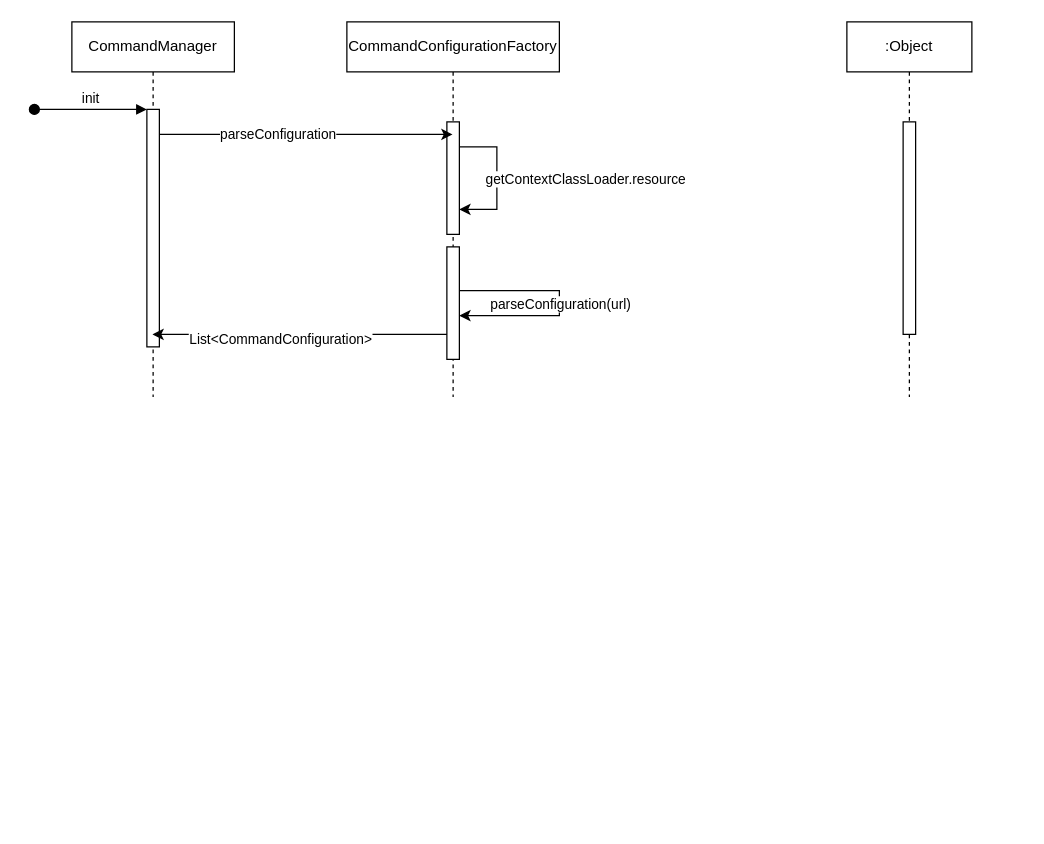
RR9-cn/DrawFile keeps this draw.io diagram as J-im流程图/配置加载流程.drawio. Above is the earlier version. Source tidied: cells renumbered, new cells numbered last; positions are measured from the earlier drawing's top-left corner, leaving out a move shared by most shapes. Both pictures are drawn from the tidied source at 125%, with x=0, y=0 at pixel (34, 21).
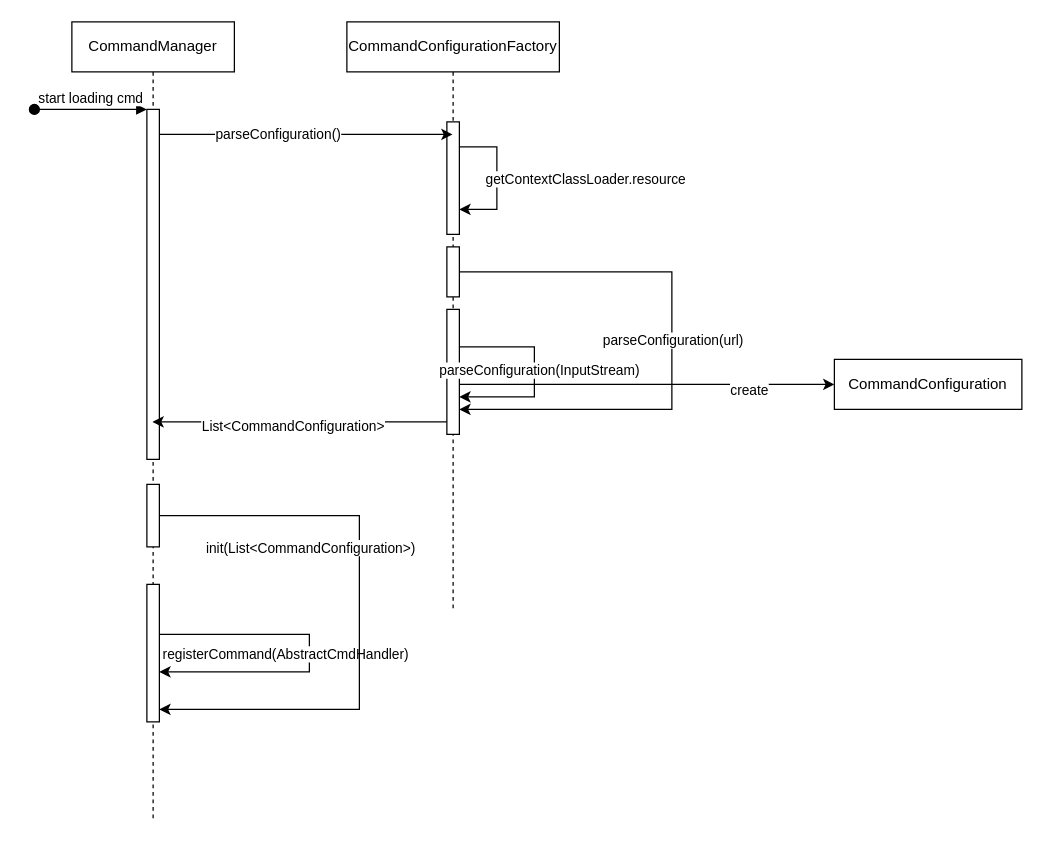
The same diagram, later.

Commit message (it also covers changes not shown here):
更新配置加载流程.drawio

The change refers to these unchanged cells:
```xml
<mxCell id="16" style="edgeStyle=elbowEdgeStyle;rounded=0;jettySize=auto;html=1;elbow=vertical;curved=0;" parent="1" edge="1" source="3" target="7">
  <mxGeometry relative="1" as="geometry">
    <Array as="points">
      <mxPoint x="210" y="90" />
    </Array>
  </mxGeometry>
</mxCell>
```

Change to the diagram source:
```diff
@@
     <mxCell id="2" value="CommandManager" style="shape=umlLifeline;perimeter=lifelinePerimeter;whiteSpace=wrap;html=1;outlineConnect=0;portConstraint=eastwest;newEdgeStyle={&quot;edgeStyle&quot;:&quot;elbowEdgeStyle&quot;,&quot;elbow&quot;:&quot;vertical&quot;,&quot;curved&quot;:0,&quot;rounded&quot;:0};" parent="1" vertex="1">
-      <mxGeometry x="30" width="130" height="300" as="geometry" />
+      <mxGeometry x="30" width="130" height="640" as="geometry" />
     </mxCell>
     <mxCell id="3" style="html=1;points=[];perimeter=orthogonalPerimeter;outlineConnect=0;targetShapes=umlLifeline;portConstraint=eastwest;newEdgeStyle={&quot;edgeStyle&quot;:&quot;elbowEdgeStyle&quot;,&quot;elbow&quot;:&quot;vertical&quot;,&quot;curved&quot;:0,&quot;rounded&quot;:0};" parent="2" vertex="1">
-      <mxGeometry x="60" y="70" width="10" height="190" as="geometry" />
+      <mxGeometry x="60" y="70" width="10" height="280" as="geometry" />
     </mxCell>
-    <mxCell id="4" value="init" style="html=1;verticalAlign=bottom;startArrow=oval;endArrow=block;startSize=8;edgeStyle=elbowEdgeStyle;elbow=vertical;curved=0;rounded=0;" parent="2" edge="1" target="3">
+    <mxCell id="4" value="start loading cmd" style="html=1;verticalAlign=bottom;startArrow=oval;endArrow=block;startSize=8;edgeStyle=elbowEdgeStyle;elbow=vertical;curved=0;rounded=0;" parent="2" edge="1" target="3">
       <mxGeometry relative="1" as="geometry">
         <mxPoint x="-30" y="70" as="sourcePoint" />
       </mxGeometry>
     </mxCell>
-    <mxCell id="5" value=":Object" style="shape=umlLifeline;perimeter=lifelinePerimeter;whiteSpace=wrap;html=1;newEdgeStyle={&quot;edgeStyle&quot;:&quot;elbowEdgeStyle&quot;,&quot;elbow&quot;:&quot;vertical&quot;,&quot;curved&quot;:0,&quot;rounded&quot;:0};" parent="1" vertex="1">
-      <mxGeometry x="650" width="100" height="300" as="geometry" />
-    </mxCell>
-    <mxCell id="6" style="html=1;perimeter=orthogonalPerimeter;targetShapes=umlLifeline;newEdgeStyle={&quot;edgeStyle&quot;:&quot;elbowEdgeStyle&quot;,&quot;elbow&quot;:&quot;vertical&quot;,&quot;curved&quot;:0,&quot;rounded&quot;:0};" parent="5" vertex="1">
-      <mxGeometry x="45" y="80" width="10" height="170" as="geometry" />
-    </mxCell>
+    <mxCell id="20" style="html=1;points=[];perimeter=orthogonalPerimeter;outlineConnect=0;targetShapes=umlLifeline;portConstraint=eastwest;newEdgeStyle={&quot;edgeStyle&quot;:&quot;elbowEdgeStyle&quot;,&quot;elbow&quot;:&quot;vertical&quot;,&quot;curved&quot;:0,&quot;rounded&quot;:0};" parent="2" vertex="1">
+      <mxGeometry x="60" y="370" width="10" height="50" as="geometry" />
+    </mxCell>
+    <mxCell id="21" style="html=1;points=[];perimeter=orthogonalPerimeter;outlineConnect=0;targetShapes=umlLifeline;portConstraint=eastwest;newEdgeStyle={&quot;edgeStyle&quot;:&quot;elbowEdgeStyle&quot;,&quot;elbow&quot;:&quot;vertical&quot;,&quot;curved&quot;:0,&quot;rounded&quot;:0};" parent="2" vertex="1">
+      <mxGeometry x="60" y="450" width="10" height="110" as="geometry" />
+    </mxCell>
+    <mxCell id="22" style="edgeStyle=elbowEdgeStyle;rounded=0;orthogonalLoop=1;jettySize=auto;html=1;elbow=vertical;curved=0;" parent="2" edge="1" source="21" target="21">
+      <mxGeometry relative="1" as="geometry">
+        <Array as="points">
+          <mxPoint x="190" y="490" />
+        </Array>
+      </mxGeometry>
+    </mxCell>
+    <mxCell id="23" value="registerCommand(AbstractCmdHandler)" style="edgeLabel;html=1;align=center;verticalAlign=middle;" parent="22" vertex="1">
+      <mxGeometry x="-0.02" y="-3" relative="1" as="geometry">
+        <mxPoint x="-17" y="3" as="offset" />
+      </mxGeometry>
+    </mxCell>
+    <mxCell id="24" style="edgeStyle=elbowEdgeStyle;rounded=0;jettySize=auto;html=1;elbow=vertical;curved=0;" parent="2" edge="1" source="20" target="21">
+      <mxGeometry relative="1" as="geometry">
+        <Array as="points">
+          <mxPoint x="230" y="550" />
+        </Array>
+      </mxGeometry>
+    </mxCell>
+    <mxCell id="25" value="init(List&amp;lt;CommandConfiguration&amp;gt;)" style="edgeLabel;html=1;align=center;verticalAlign=middle;" parent="24" vertex="1">
+      <mxGeometry x="-0.13" y="1" relative="1" as="geometry">
+        <mxPoint x="-41" y="-22" as="offset" />
+      </mxGeometry>
+    </mxCell>
     <mxCell id="7" value="CommandConfigurationFactory" style="shape=umlLifeline;perimeter=lifelinePerimeter;whiteSpace=wrap;html=1;outlineConnect=0;portConstraint=eastwest;newEdgeStyle={&quot;edgeStyle&quot;:&quot;elbowEdgeStyle&quot;,&quot;elbow&quot;:&quot;vertical&quot;,&quot;curved&quot;:0,&quot;rounded&quot;:0};" parent="1" vertex="1">
-      <mxGeometry x="250" width="170" height="300" as="geometry" />
+      <mxGeometry x="250" width="170" height="470" as="geometry" />
     </mxCell>
@@
     <mxCell id="13" style="html=1;points=[];perimeter=orthogonalPerimeter;outlineConnect=0;targetShapes=umlLifeline;portConstraint=eastwest;newEdgeStyle={&quot;edgeStyle&quot;:&quot;elbowEdgeStyle&quot;,&quot;elbow&quot;:&quot;vertical&quot;,&quot;curved&quot;:0,&quot;rounded&quot;:0};" parent="7" vertex="1">
-      <mxGeometry x="80" y="180" width="10" height="90" as="geometry" />
+      <mxGeometry x="80" y="180" width="10" height="40" as="geometry" />
     </mxCell>
-    <mxCell id="14" style="edgeStyle=elbowEdgeStyle;rounded=0;orthogonalLoop=1;jettySize=auto;html=1;elbow=vertical;curved=0;" parent="7" edge="1" source="13" target="13">
+    <mxCell id="14" style="edgeStyle=elbowEdgeStyle;rounded=0;jettySize=auto;html=1;elbow=vertical;curved=0;" parent="7" edge="1" source="13" target="28">
       <mxGeometry relative="1" as="geometry">
         <Array as="points">
-          <mxPoint x="170" y="225" />
+          <mxPoint x="260" y="310" />
         </Array>
       </mxGeometry>
     </mxCell>
@@
+    <mxCell id="26" style="edgeStyle=elbowEdgeStyle;rounded=0;jettySize=auto;html=1;elbow=vertical;curved=0;" parent="7" edge="1" source="28">
+      <mxGeometry relative="1" as="geometry">
+        <mxPoint x="390" y="290" as="targetPoint" />
+        <Array as="points">
+          <mxPoint x="250" y="290" />
+        </Array>
+      </mxGeometry>
+    </mxCell>
+    <mxCell id="27" value="create" style="edgeLabel;html=1;align=center;verticalAlign=middle;" parent="26" vertex="1">
+      <mxGeometry x="0.54" y="-4" relative="1" as="geometry" />
+    </mxCell>
+    <mxCell id="28" style="html=1;points=[];perimeter=orthogonalPerimeter;outlineConnect=0;targetShapes=umlLifeline;portConstraint=eastwest;newEdgeStyle={&quot;edgeStyle&quot;:&quot;elbowEdgeStyle&quot;,&quot;elbow&quot;:&quot;vertical&quot;,&quot;curved&quot;:0,&quot;rounded&quot;:0};" parent="7" vertex="1">
+      <mxGeometry x="80" y="230" width="10" height="100" as="geometry" />
+    </mxCell>
+    <mxCell id="29" style="edgeStyle=elbowEdgeStyle;rounded=0;orthogonalLoop=1;jettySize=auto;html=1;elbow=vertical;curved=0;" parent="7" edge="1" source="28" target="28">
+      <mxGeometry relative="1" as="geometry">
+        <Array as="points">
+          <mxPoint x="150" y="260" />
+        </Array>
+      </mxGeometry>
+    </mxCell>
+    <mxCell id="30" value="parseConfiguration(InputStream)" style="edgeLabel;html=1;align=center;verticalAlign=middle;" parent="29" vertex="1">
+      <mxGeometry x="-0.02" y="3" relative="1" as="geometry" />
+    </mxCell>
@@
-    <mxCell id="17" value="parseConfiguration" style="edgeLabel;html=1;align=center;verticalAlign=middle;" parent="16" vertex="1">
+    <mxCell id="17" value="parseConfiguration()" style="edgeLabel;html=1;align=center;verticalAlign=middle;" parent="16" vertex="1">
       <mxGeometry x="-0.2" y="1" relative="1" as="geometry" />
     </mxCell>
-    <mxCell id="18" style="edgeStyle=elbowEdgeStyle;rounded=0;jettySize=auto;html=1;elbow=vertical;curved=0;" parent="1" edge="1" source="13" target="2">
-      <mxGeometry relative="1" as="geometry">
-        <Array as="points">
-          <mxPoint x="240" y="250" />
-          <mxPoint x="160" y="240" />
-        </Array>
-      </mxGeometry>
-    </mxCell>
+    <mxCell id="31" style="edgeStyle=elbowEdgeStyle;rounded=0;jettySize=auto;html=1;elbow=vertical;curved=0;" parent="1" edge="1" source="28" target="2">
+      <mxGeometry relative="1" as="geometry">
+        <Array as="points">
+          <mxPoint x="190" y="320" />
+        </Array>
+      </mxGeometry>
+    </mxCell>
-    <mxCell id="19" value="List&amp;lt;CommandConfiguration&amp;gt;" style="edgeLabel;html=1;align=center;verticalAlign=middle;" parent="18" vertex="1">
-      <mxGeometry x="0.14" y="3" relative="1" as="geometry" />
+    <mxCell id="19" value="List&amp;lt;CommandConfiguration&amp;gt;" style="edgeLabel;html=1;align=center;verticalAlign=middle;" parent="31" vertex="1">
+      <mxGeometry x="0.05" y="3" relative="1" as="geometry" />
     </mxCell>
+    <mxCell id="32" value="CommandConfiguration" style="rounded=0;whiteSpace=wrap;html=1;" parent="1" vertex="1">
+      <mxGeometry x="640" y="270" width="150" height="40" as="geometry" />
+    </mxCell>
```
